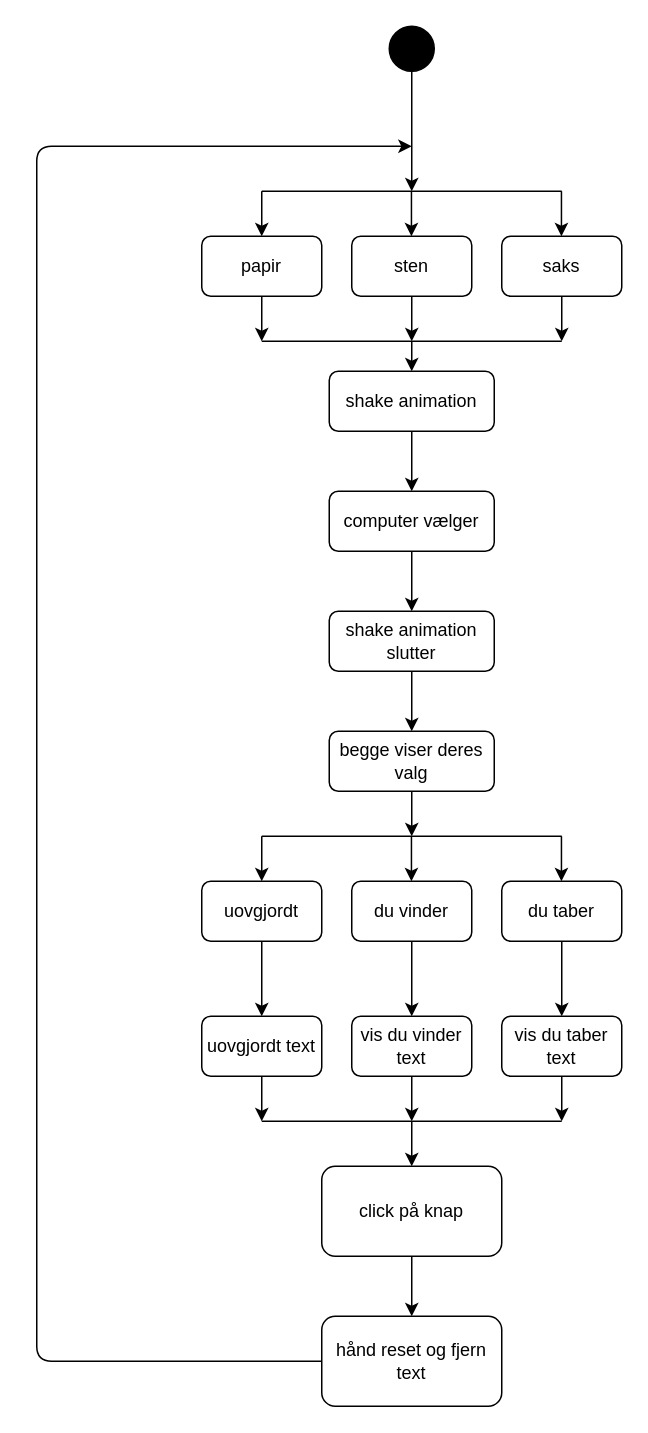
Before: aktivering.drawio in juleskj/rockpaperscissors, a draw.io diagram. Source tidied: cells renumbered, new cells numbered last; positions are measured from the earlier drawing's top-left corner, leaving out a move shared by most shapes. Both pictures are drawn from the tidied source at 150%, with x=0, y=0 at pixel (36, 26).
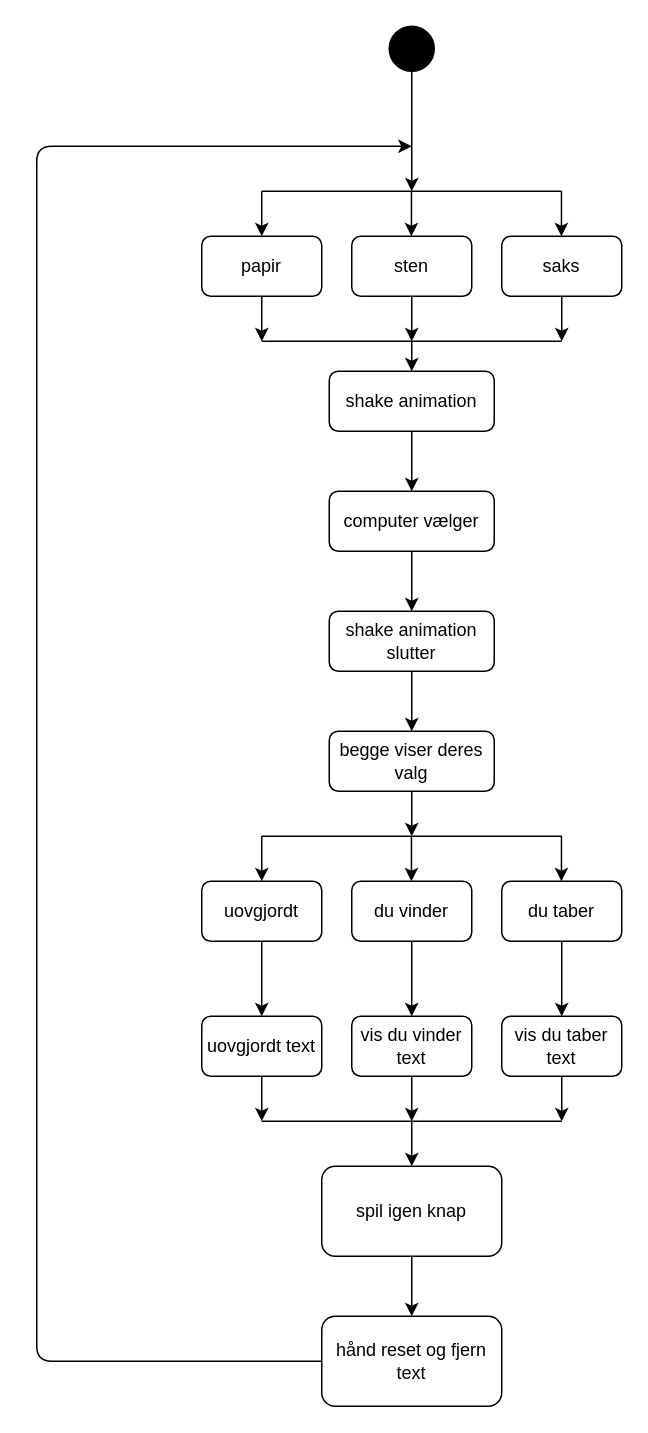
The same page after the edit.

Change to the diagram source:
```diff
@@
-    <mxCell id="41" value="click på knap" style="rounded=1;whiteSpace=wrap;html=1;" parent="1" vertex="1">
+    <mxCell id="41" value="spil igen knap" style="rounded=1;whiteSpace=wrap;html=1;" parent="1" vertex="1">
       <mxGeometry x="190" y="760" width="120" height="60" as="geometry" />
     </mxCell>
```
